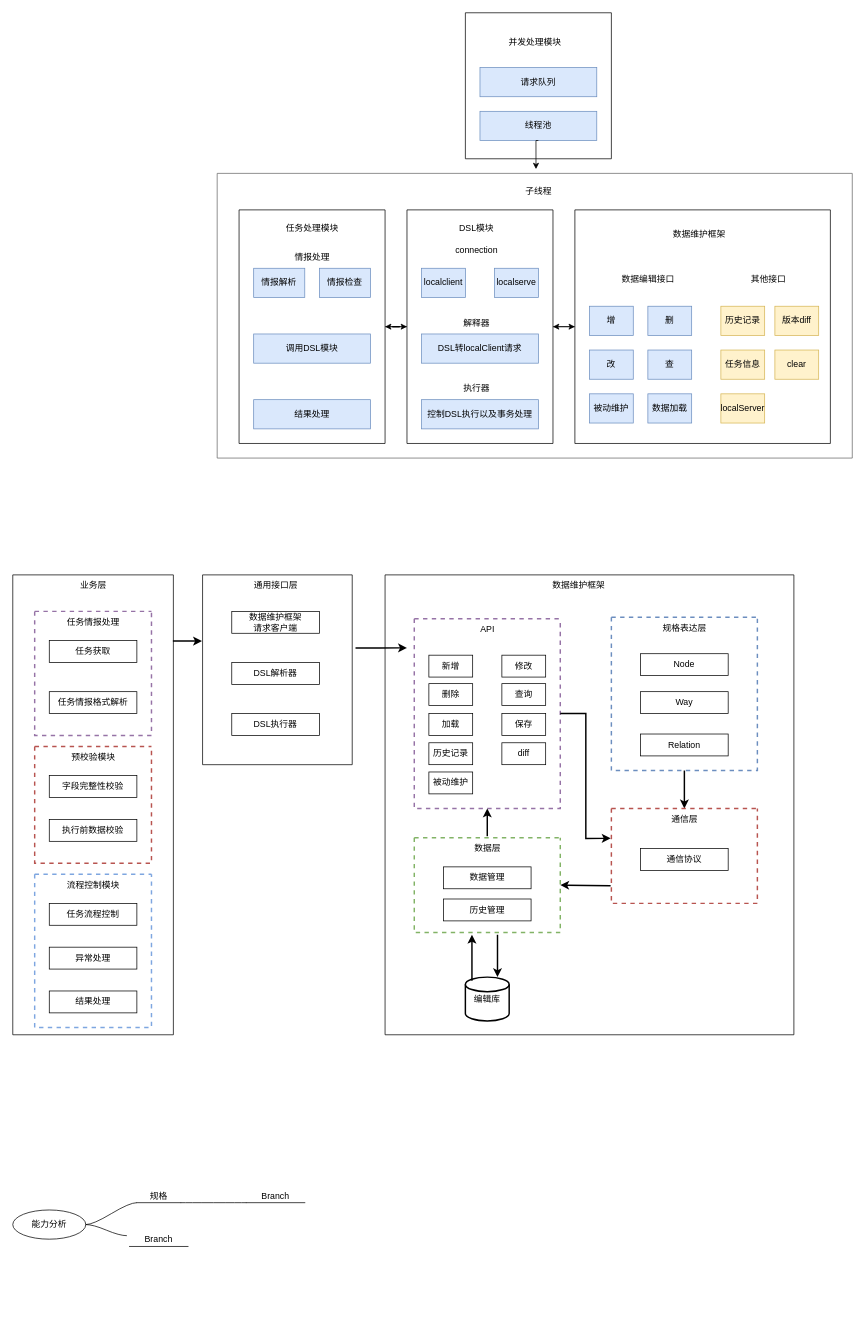
Above: kunyu-auto-server/前端自动化服务架构图.drawio in chaijinsong/draw.io (draw.io), before the change. Source tidied: cells renumbered, new cells numbered last; positions are measured from the earlier drawing's top-left corner, leaving out a move shared by most shapes. Both pictures are drawn from the tidied source at 73%, with x=0, y=0 at pixel (12, 12).
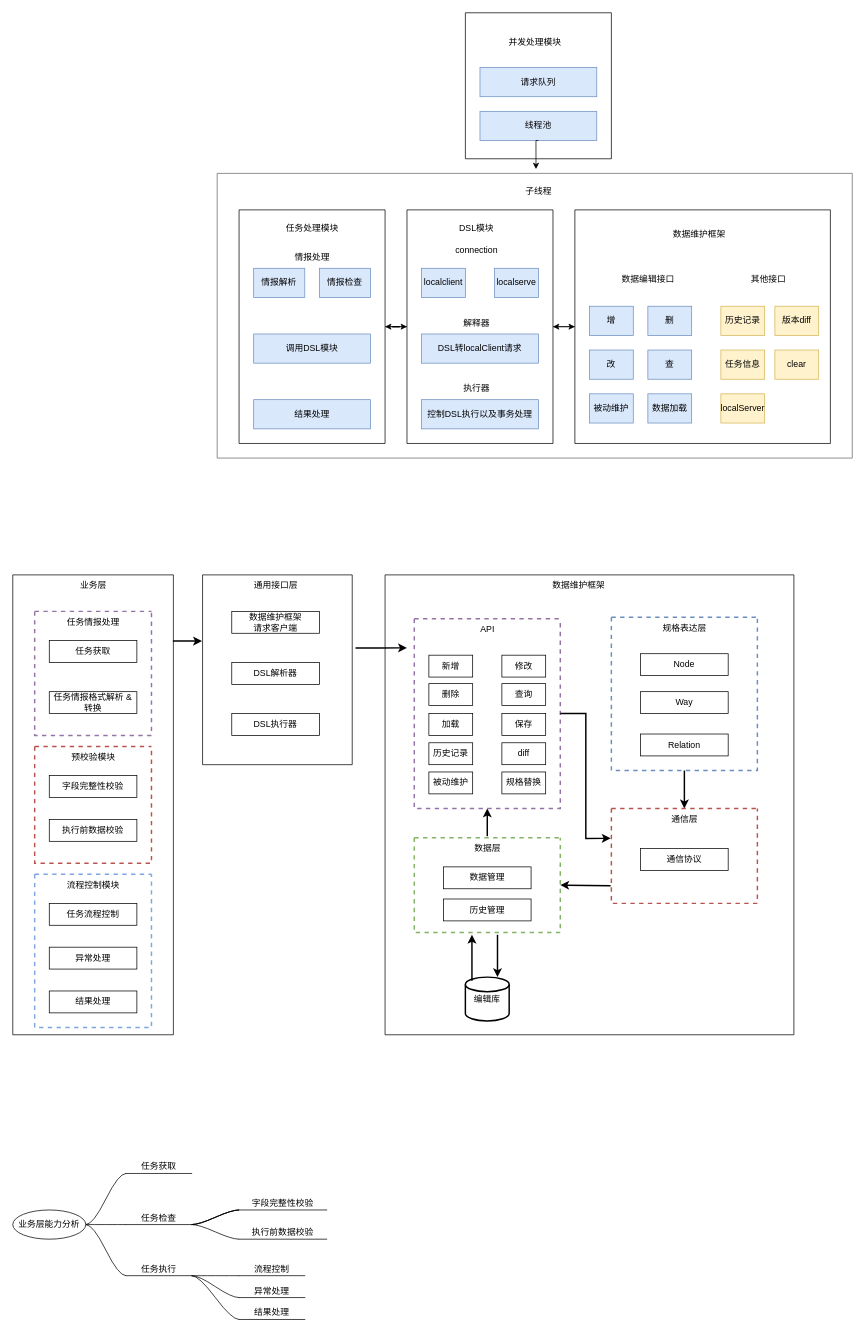
After the change.

Commit message:
更新前端自动化服务架构图.drawio

Unchanged cells that the change refers to:
```xml
<mxCell id="61" style="swimlane;startSize=0;fillColor=#e1d5e7;strokeColor=#9673a6;strokeWidth=2;dashed=1;" parent="1" vertex="1">
  <mxGeometry x="550" y="830" width="200" height="260" as="geometry" />
</mxCell>
<mxCell id="74" style="swimlane;startSize=0;" parent="1" vertex="1">
  <mxGeometry x="510" y="770" width="560" height="630" as="geometry" />
</mxCell>
<mxCell id="88" style="swimlane;startSize=0;dashed=1;strokeWidth=2;strokeColor=#9673a6;fillColor=#e1d5e7;" parent="82" vertex="1">
  <mxGeometry x="30" y="50" width="160" height="170" as="geometry" />
</mxCell>
```

What changed in the source:
```diff
@@
-    <mxCell id="70" value="diff" style="rounded=0;whiteSpace=wrap;html=1;" parent="61" vertex="1">
-      <mxGeometry x="120" y="170" width="60" height="30" as="geometry" />
-    </mxCell>
@@
+    <mxCell id="70" value="diff" style="rounded=0;whiteSpace=wrap;html=1;" parent="74" vertex="1">
+      <mxGeometry x="160" y="230" width="60" height="30" as="geometry" />
+    </mxCell>
+    <mxCell id="105" value="规格替换" style="rounded=0;whiteSpace=wrap;html=1;" parent="74" vertex="1">
+      <mxGeometry x="160" y="270" width="60" height="30" as="geometry" />
+    </mxCell>
@@
-    <mxCell id="89" value="任务情报格式解析" style="rounded=0;whiteSpace=wrap;html=1;" parent="88" vertex="1">
+    <mxCell id="89" value="任务情报格式解析 &amp;amp; 转换" style="rounded=0;whiteSpace=wrap;html=1;" parent="88" vertex="1">
       <mxGeometry x="20" y="110" width="120" height="30" as="geometry" />
     </mxCell>
@@
+    <mxCell id="104" style="edgeStyle=entityRelationEdgeStyle;rounded=0;jettySize=auto;html=1;startArrow=none;endArrow=none;segment=10;curved=1;sourcePerimeterSpacing=0;targetPerimeterSpacing=0;entryX=0;entryY=1;entryDx=0;entryDy=0;" parent="1" edge="1" source="98" target="103">
+      <mxGeometry relative="1" as="geometry" />
+    </mxCell>
+    <mxCell id="106" style="edgeStyle=entityRelationEdgeStyle;rounded=0;jettySize=auto;html=1;startArrow=none;endArrow=none;segment=10;curved=1;sourcePerimeterSpacing=0;targetPerimeterSpacing=0;entryX=0;entryY=1;entryDx=0;entryDy=0;" parent="1" edge="1" source="98" target="114">
+      <mxGeometry relative="1" as="geometry" />
+    </mxCell>
-    <mxCell id="98" value="能力分析" style="ellipse;whiteSpace=wrap;html=1;align=center;newEdgeStyle={&quot;edgeStyle&quot;:&quot;entityRelationEdgeStyle&quot;,&quot;startArrow&quot;:&quot;none&quot;,&quot;endArrow&quot;:&quot;none&quot;,&quot;segment&quot;:10,&quot;curved&quot;:1,&quot;sourcePerimeterSpacing&quot;:0,&quot;targetPerimeterSpacing&quot;:0};" parent="1" vertex="1">
+    <mxCell id="98" value="业务层能力分析" style="ellipse;whiteSpace=wrap;html=1;align=center;newEdgeStyle={&quot;edgeStyle&quot;:&quot;entityRelationEdgeStyle&quot;,&quot;startArrow&quot;:&quot;none&quot;,&quot;endArrow&quot;:&quot;none&quot;,&quot;segment&quot;:10,&quot;curved&quot;:1,&quot;sourcePerimeterSpacing&quot;:0,&quot;targetPerimeterSpacing&quot;:0};" parent="1" vertex="1">
       <mxGeometry y="1640" width="100" height="40" as="geometry" />
     </mxCell>
-    <mxCell id="99" style="edgeStyle=entityRelationEdgeStyle;rounded=0;jettySize=auto;html=1;startArrow=none;endArrow=none;segment=10;curved=1;sourcePerimeterSpacing=0;targetPerimeterSpacing=0;" parent="1" edge="1" source="100" target="102">
-      <mxGeometry relative="1" as="geometry" />
-    </mxCell>
-    <mxCell id="100" value="规格" style="whiteSpace=wrap;html=1;shape=partialRectangle;top=0;left=0;bottom=1;right=0;points=[[0,1],[1,1]];fillColor=none;align=center;verticalAlign=bottom;routingCenterY=0.5;snapToPoint=1;newEdgeStyle={&quot;edgeStyle&quot;:&quot;entityRelationEdgeStyle&quot;,&quot;startArrow&quot;:&quot;none&quot;,&quot;endArrow&quot;:&quot;none&quot;,&quot;segment&quot;:10,&quot;curved&quot;:1,&quot;sourcePerimeterSpacing&quot;:0,&quot;targetPerimeterSpacing&quot;:0};" parent="1" vertex="1">
-      <mxGeometry x="170" y="1600" width="60" height="30" as="geometry" />
+    <mxCell id="100" value="任务获取" style="whiteSpace=wrap;html=1;shape=partialRectangle;top=0;left=0;bottom=1;right=0;points=[[0,1],[1,1]];fillColor=none;align=center;verticalAlign=bottom;routingCenterY=0.5;snapToPoint=1;newEdgeStyle={&quot;edgeStyle&quot;:&quot;entityRelationEdgeStyle&quot;,&quot;startArrow&quot;:&quot;none&quot;,&quot;endArrow&quot;:&quot;none&quot;,&quot;segment&quot;:10,&quot;curved&quot;:1,&quot;sourcePerimeterSpacing&quot;:0,&quot;targetPerimeterSpacing&quot;:0};" parent="1" vertex="1">
+      <mxGeometry x="155" y="1560" width="90" height="30" as="geometry" />
     </mxCell>
@@
-    <mxCell id="102" value="Branch" style="whiteSpace=wrap;html=1;shape=partialRectangle;top=0;left=0;bottom=1;right=0;points=[[0,1],[1,1]];fillColor=none;align=center;verticalAlign=bottom;routingCenterY=0.5;snapToPoint=1;newEdgeStyle={&quot;edgeStyle&quot;:&quot;entityRelationEdgeStyle&quot;,&quot;startArrow&quot;:&quot;none&quot;,&quot;endArrow&quot;:&quot;none&quot;,&quot;segment&quot;:10,&quot;curved&quot;:1,&quot;sourcePerimeterSpacing&quot;:0,&quot;targetPerimeterSpacing&quot;:0};" parent="1" vertex="1">
-      <mxGeometry x="320" y="1600" width="80" height="30" as="geometry" />
-    </mxCell>
+    <mxCell id="107" style="edgeStyle=entityRelationEdgeStyle;rounded=0;jettySize=auto;html=1;startArrow=none;endArrow=none;segment=10;curved=1;sourcePerimeterSpacing=0;targetPerimeterSpacing=0;" parent="1" edge="1" source="103" target="115">
+      <mxGeometry relative="1" as="geometry" />
+    </mxCell>
+    <mxCell id="108" style="edgeStyle=entityRelationEdgeStyle;rounded=0;jettySize=auto;html=1;startArrow=none;endArrow=none;segment=10;curved=1;sourcePerimeterSpacing=0;targetPerimeterSpacing=0;" parent="1" edge="1" source="103" target="115">
+      <mxGeometry relative="1" as="geometry" />
+    </mxCell>
+    <mxCell id="109" style="edgeStyle=entityRelationEdgeStyle;rounded=0;jettySize=auto;html=1;startArrow=none;endArrow=none;segment=10;curved=1;sourcePerimeterSpacing=0;targetPerimeterSpacing=0;" parent="1" edge="1" source="103" target="115">
+      <mxGeometry relative="1" as="geometry" />
+    </mxCell>
+    <mxCell id="110" style="edgeStyle=entityRelationEdgeStyle;rounded=0;jettySize=auto;html=1;startArrow=none;endArrow=none;segment=10;curved=1;sourcePerimeterSpacing=0;targetPerimeterSpacing=0;entryX=0;entryY=1;entryDx=0;entryDy=0;" parent="1" edge="1" source="103" target="116">
+      <mxGeometry relative="1" as="geometry" />
+    </mxCell>
-    <mxCell id="103" value="Branch" style="whiteSpace=wrap;html=1;shape=partialRectangle;top=0;left=0;bottom=1;right=0;points=[[0,1],[1,1]];fillColor=none;align=center;verticalAlign=bottom;routingCenterY=0.5;snapToPoint=1;newEdgeStyle={&quot;edgeStyle&quot;:&quot;entityRelationEdgeStyle&quot;,&quot;startArrow&quot;:&quot;none&quot;,&quot;endArrow&quot;:&quot;none&quot;,&quot;segment&quot;:10,&quot;curved&quot;:1,&quot;sourcePerimeterSpacing&quot;:0,&quot;targetPerimeterSpacing&quot;:0};" parent="1" vertex="1">
-      <mxGeometry x="160" y="1660" width="80" height="30" as="geometry" />
+    <mxCell id="103" value="任务检查" style="whiteSpace=wrap;html=1;shape=partialRectangle;top=0;left=0;bottom=1;right=0;points=[[0,1],[1,1]];fillColor=none;align=center;verticalAlign=bottom;routingCenterY=0.5;snapToPoint=1;newEdgeStyle={&quot;edgeStyle&quot;:&quot;entityRelationEdgeStyle&quot;,&quot;startArrow&quot;:&quot;none&quot;,&quot;endArrow&quot;:&quot;none&quot;,&quot;segment&quot;:10,&quot;curved&quot;:1,&quot;sourcePerimeterSpacing&quot;:0,&quot;targetPerimeterSpacing&quot;:0};" parent="1" vertex="1">
+      <mxGeometry x="155" y="1630" width="90" height="30" as="geometry" />
     </mxCell>
-    <mxCell id="104" style="edgeStyle=entityRelationEdgeStyle;rounded=0;jettySize=auto;html=1;startArrow=none;endArrow=none;segment=10;curved=1;sourcePerimeterSpacing=0;targetPerimeterSpacing=0;entryX=-0.046;entryY=0.507;entryDx=0;entryDy=0;entryPerimeter=0;" parent="1" edge="1" source="98" target="103">
-      <mxGeometry relative="1" as="geometry" />
-    </mxCell>
+    <mxCell id="111" style="edgeStyle=entityRelationEdgeStyle;rounded=0;jettySize=auto;html=1;startArrow=none;endArrow=none;segment=10;curved=1;sourcePerimeterSpacing=0;targetPerimeterSpacing=0;exitX=1;exitY=1;exitDx=0;exitDy=0;entryX=0;entryY=1;entryDx=0;entryDy=0;" parent="1" edge="1" source="114" target="117">
+      <mxGeometry relative="1" as="geometry" />
+    </mxCell>
+    <mxCell id="112" style="edgeStyle=entityRelationEdgeStyle;rounded=0;jettySize=auto;html=1;startArrow=none;endArrow=none;segment=10;curved=1;sourcePerimeterSpacing=0;targetPerimeterSpacing=0;entryX=0;entryY=1;entryDx=0;entryDy=0;" parent="1" edge="1" source="114" target="118">
+      <mxGeometry relative="1" as="geometry" />
+    </mxCell>
+    <mxCell id="113" style="edgeStyle=entityRelationEdgeStyle;rounded=0;jettySize=auto;html=1;startArrow=none;endArrow=none;segment=10;curved=1;sourcePerimeterSpacing=0;targetPerimeterSpacing=0;entryX=0;entryY=1;entryDx=0;entryDy=0;" parent="1" edge="1" source="114" target="119">
+      <mxGeometry relative="1" as="geometry" />
+    </mxCell>
+    <mxCell id="114" value="任务执行" style="whiteSpace=wrap;html=1;shape=partialRectangle;top=0;left=0;bottom=1;right=0;points=[[0,1],[1,1]];fillColor=none;align=center;verticalAlign=bottom;routingCenterY=0.5;snapToPoint=1;newEdgeStyle={&quot;edgeStyle&quot;:&quot;entityRelationEdgeStyle&quot;,&quot;startArrow&quot;:&quot;none&quot;,&quot;endArrow&quot;:&quot;none&quot;,&quot;segment&quot;:10,&quot;curved&quot;:1,&quot;sourcePerimeterSpacing&quot;:0,&quot;targetPerimeterSpacing&quot;:0};" parent="1" vertex="1">
+      <mxGeometry x="155" y="1700" width="90" height="30" as="geometry" />
+    </mxCell>
+    <mxCell id="115" value="字段完整性校验" style="whiteSpace=wrap;html=1;shape=partialRectangle;top=0;left=0;bottom=1;right=0;points=[[0,1],[1,1]];fillColor=none;align=center;verticalAlign=bottom;routingCenterY=0.5;snapToPoint=1;newEdgeStyle={&quot;edgeStyle&quot;:&quot;entityRelationEdgeStyle&quot;,&quot;startArrow&quot;:&quot;none&quot;,&quot;endArrow&quot;:&quot;none&quot;,&quot;segment&quot;:10,&quot;curved&quot;:1,&quot;sourcePerimeterSpacing&quot;:0,&quot;targetPerimeterSpacing&quot;:0};" parent="1" vertex="1">
+      <mxGeometry x="310" y="1610" width="120" height="30" as="geometry" />
+    </mxCell>
+    <mxCell id="116" value="执行前数据校验" style="whiteSpace=wrap;html=1;shape=partialRectangle;top=0;left=0;bottom=1;right=0;points=[[0,1],[1,1]];fillColor=none;align=center;verticalAlign=bottom;routingCenterY=0.5;snapToPoint=1;newEdgeStyle={&quot;edgeStyle&quot;:&quot;entityRelationEdgeStyle&quot;,&quot;startArrow&quot;:&quot;none&quot;,&quot;endArrow&quot;:&quot;none&quot;,&quot;segment&quot;:10,&quot;curved&quot;:1,&quot;sourcePerimeterSpacing&quot;:0,&quot;targetPerimeterSpacing&quot;:0};" parent="1" vertex="1">
+      <mxGeometry x="310" y="1650" width="120" height="30" as="geometry" />
+    </mxCell>
+    <mxCell id="117" value="流程控制" style="whiteSpace=wrap;html=1;shape=partialRectangle;top=0;left=0;bottom=1;right=0;points=[[0,1],[1,1]];fillColor=none;align=center;verticalAlign=bottom;routingCenterY=0.5;snapToPoint=1;newEdgeStyle={&quot;edgeStyle&quot;:&quot;entityRelationEdgeStyle&quot;,&quot;startArrow&quot;:&quot;none&quot;,&quot;endArrow&quot;:&quot;none&quot;,&quot;segment&quot;:10,&quot;curved&quot;:1,&quot;sourcePerimeterSpacing&quot;:0,&quot;targetPerimeterSpacing&quot;:0};" parent="1" vertex="1">
+      <mxGeometry x="310" y="1700" width="90" height="30" as="geometry" />
+    </mxCell>
+    <mxCell id="118" value="异常处理" style="whiteSpace=wrap;html=1;shape=partialRectangle;top=0;left=0;bottom=1;right=0;points=[[0,1],[1,1]];fillColor=none;align=center;verticalAlign=bottom;routingCenterY=0.5;snapToPoint=1;newEdgeStyle={&quot;edgeStyle&quot;:&quot;entityRelationEdgeStyle&quot;,&quot;startArrow&quot;:&quot;none&quot;,&quot;endArrow&quot;:&quot;none&quot;,&quot;segment&quot;:10,&quot;curved&quot;:1,&quot;sourcePerimeterSpacing&quot;:0,&quot;targetPerimeterSpacing&quot;:0};" parent="1" vertex="1">
+      <mxGeometry x="310" y="1730" width="90" height="30" as="geometry" />
+    </mxCell>
+    <mxCell id="119" value="结果处理" style="whiteSpace=wrap;html=1;shape=partialRectangle;top=0;left=0;bottom=1;right=0;points=[[0,1],[1,1]];fillColor=none;align=center;verticalAlign=bottom;routingCenterY=0.5;snapToPoint=1;newEdgeStyle={&quot;edgeStyle&quot;:&quot;entityRelationEdgeStyle&quot;,&quot;startArrow&quot;:&quot;none&quot;,&quot;endArrow&quot;:&quot;none&quot;,&quot;segment&quot;:10,&quot;curved&quot;:1,&quot;sourcePerimeterSpacing&quot;:0,&quot;targetPerimeterSpacing&quot;:0};" parent="1" vertex="1">
+      <mxGeometry x="310" y="1760" width="90" height="30" as="geometry" />
+    </mxCell>
```
